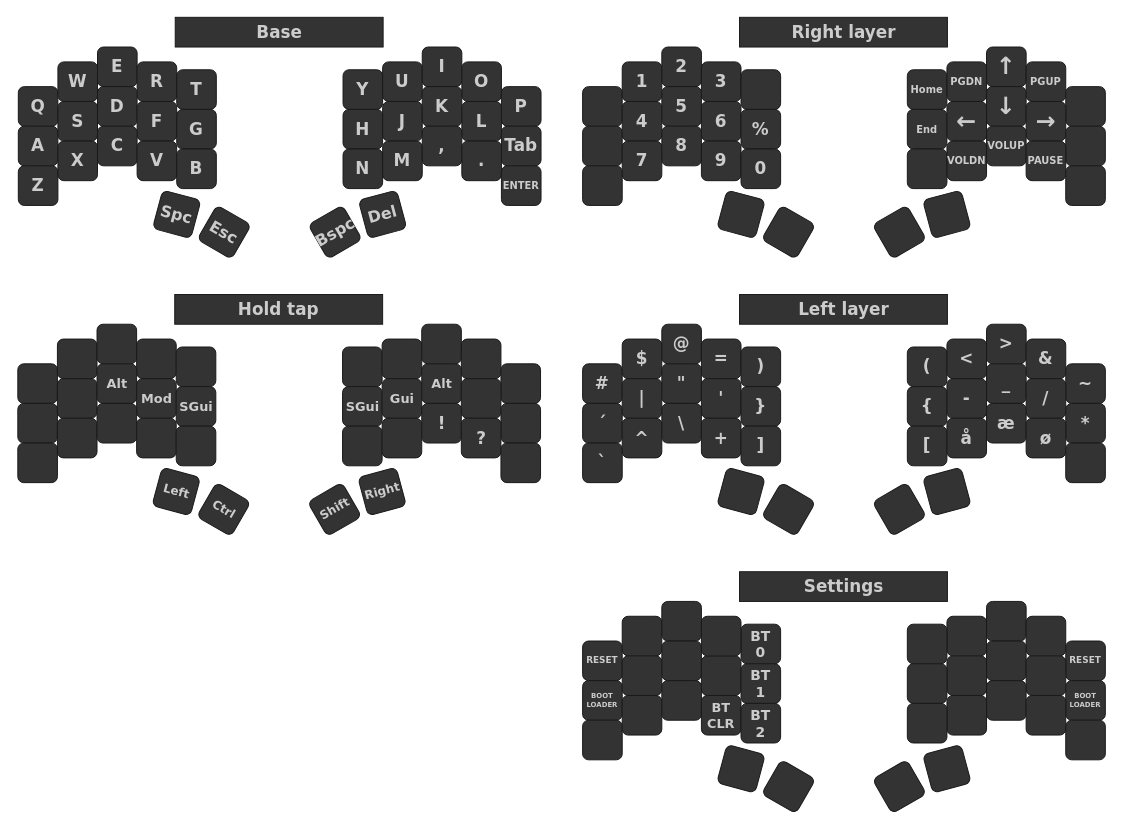
Earlier version of the draw.io diagram keymap.drawio (SofusA/zmk-config). Source tidied: cells renumbered, new cells numbered last; positions are measured from the earlier drawing's top-left corner, leaving out a move shared by most shapes. Both pictures are drawn from the tidied source at 99%, with x=0, y=0 at pixel (18, 17).
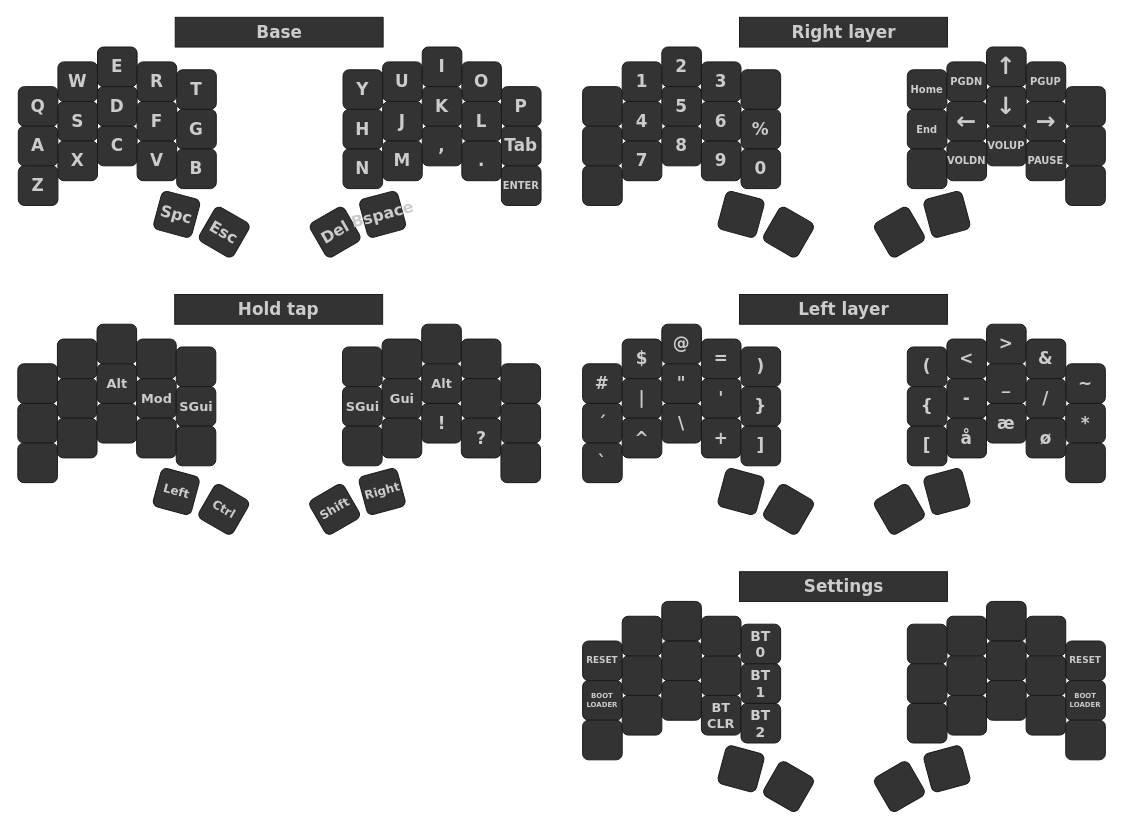
After the change.

What changed in the source:
```diff
@@
-    <mxCell id="34" value="Bspc" style="whiteSpace=wrap;html=1;rotation=-30;fontSize=16;fontFamily=Verdana;fontStyle=1;fontColor=#CCCCCC;fillColor=#333333;rounded=1;strokeColor=#1A1A1A;" parent="1" vertex="1">
+    <mxCell id="34" value="Del" style="whiteSpace=wrap;html=1;rotation=-30;fontSize=16;fontFamily=Verdana;fontStyle=1;fontColor=#CCCCCC;fillColor=#333333;rounded=1;strokeColor=#1A1A1A;" parent="1" vertex="1">
       <mxGeometry x="300" y="197" width="40" height="40" as="geometry" />
     </mxCell>
-    <mxCell id="35" value="Del" style="whiteSpace=wrap;html=1;rotation=-15;fontSize=16;fontFamily=Verdana;fontStyle=1;fillColor=#333333;strokeColor=#1A1A1A;fontColor=#CCCCCC;rounded=1;" parent="1" vertex="1">
+    <mxCell id="35" value="Bspace" style="whiteSpace=wrap;html=1;rotation=-15;fontSize=16;fontFamily=Verdana;fontStyle=1;fillColor=#333333;strokeColor=#1A1A1A;fontColor=#CCCCCC;rounded=1;" parent="1" vertex="1">
       <mxGeometry x="348" y="179" width="40" height="40" as="geometry" />
     </mxCell>
```
